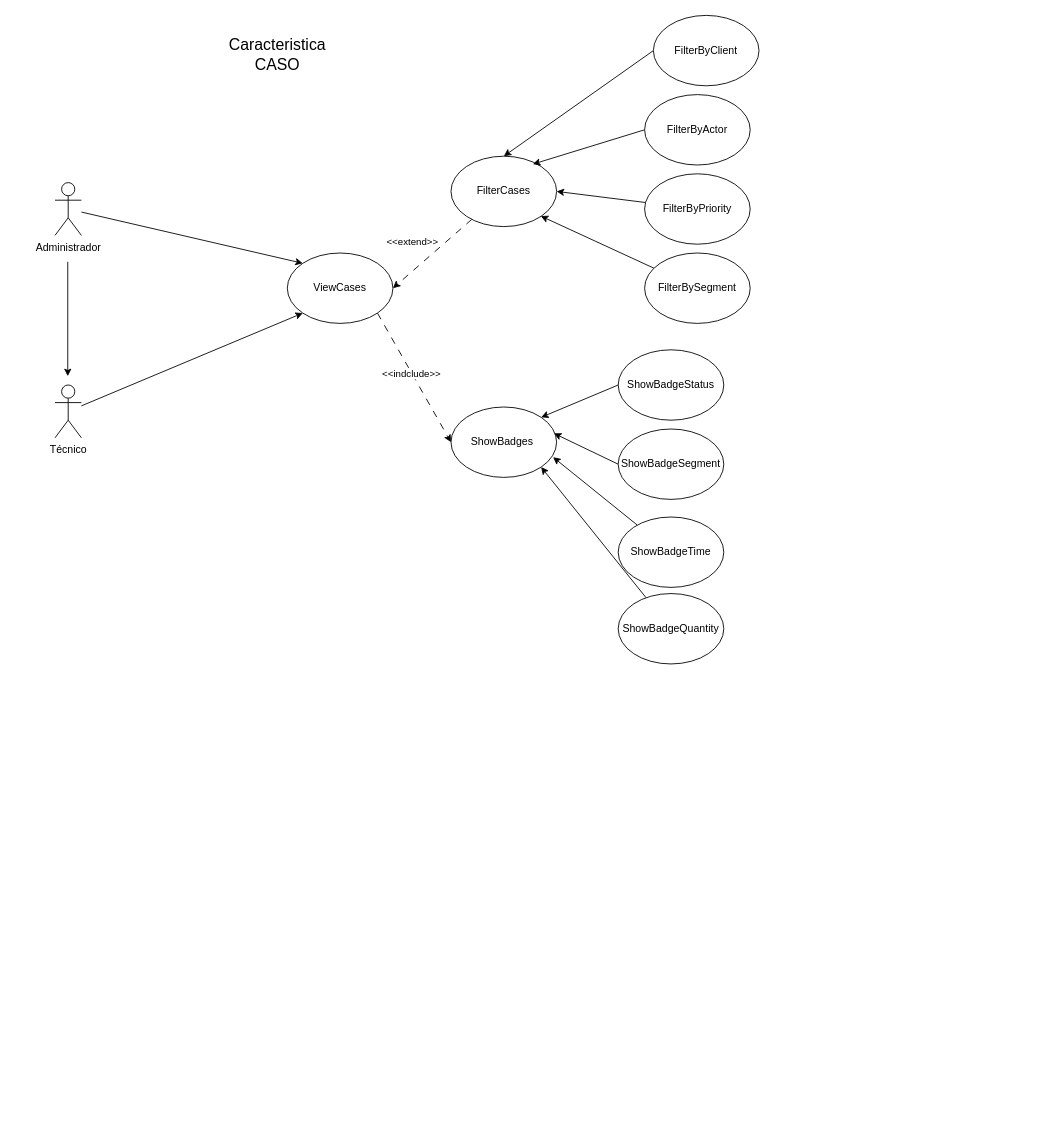
This is docs/casos-uso/caso/CU-CASO.drawio from grupotecun-citec-wbeto/portal-tectrack-vite, a draw.io file, before an edit. Source tidied: cells renumbered, new cells numbered last; positions are measured from the earlier drawing's top-left corner, leaving out a move shared by most shapes. Both pictures are drawn from the tidied source at 88%, with x=0, y=0 at pixel (55, 15).
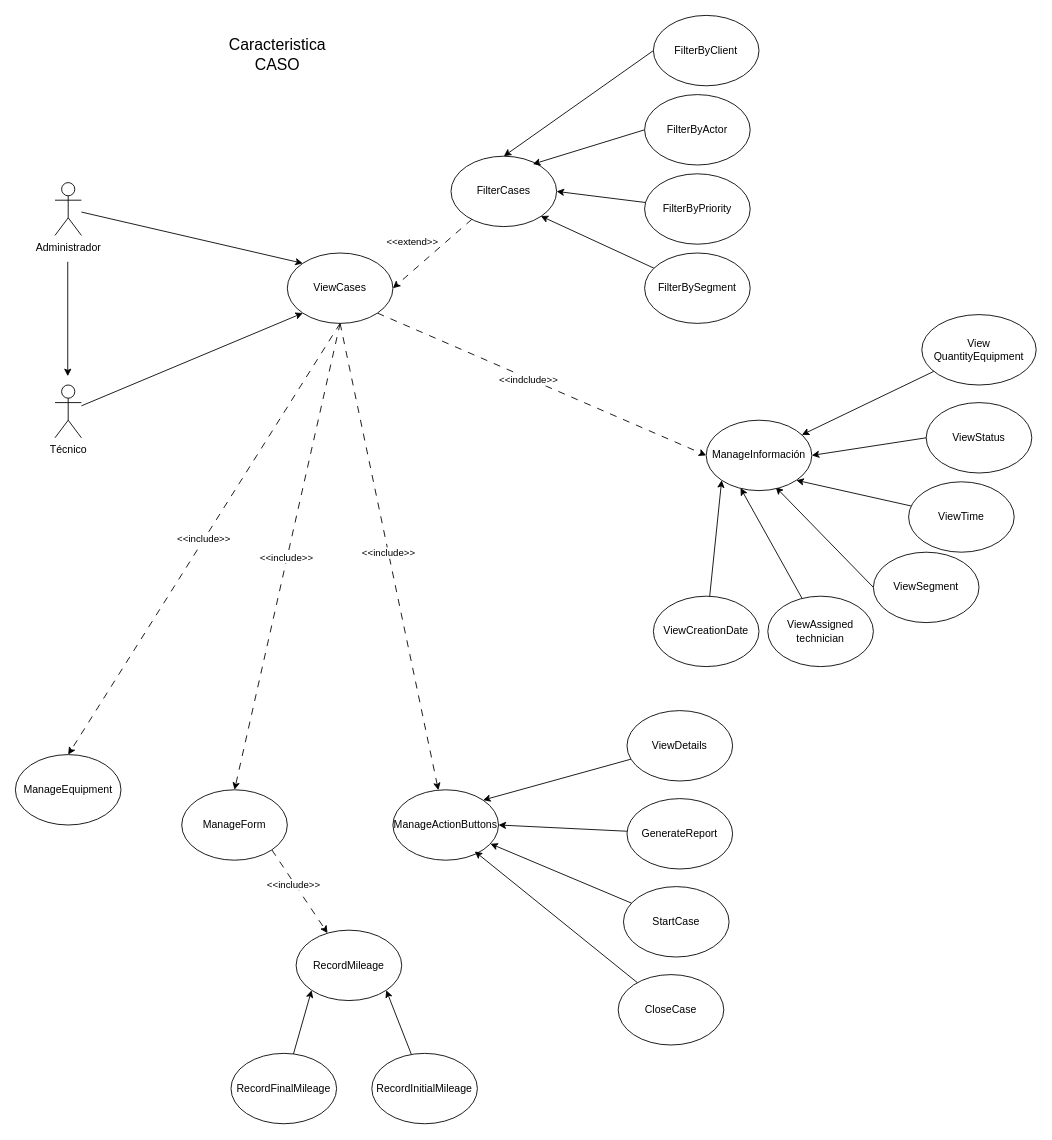
Above is the later version.

Unchanged cells that the change refers to:
```xml
<mxCell id="8" value="ViewCases" style="ellipse;whiteSpace=wrap;html=1;" parent="1" vertex="1">
  <mxGeometry x="264" y="270" width="120" height="80" as="geometry" />
</mxCell>
```

Diff of the diagram source:
```diff
@@
-    <mxCell id="6" style="rounded=0;jettySize=auto;html=1;exitX=1;exitY=1;exitDx=0;exitDy=0;entryX=0;entryY=0.5;entryDx=0;entryDy=0;dashed=1;dashPattern=8 8;" parent="1" edge="1" source="8" target="22">
+    <mxCell id="6" style="rounded=0;jettySize=auto;html=1;exitX=1;exitY=1;exitDx=0;exitDy=0;entryX=0;entryY=0.5;entryDx=0;entryDy=0;dashed=1;dashPattern=8 8;" parent="1" edge="1" source="8" target="55">
       <mxGeometry relative="1" as="geometry" />
     </mxCell>
@@
+    <mxCell id="31" style="rounded=0;jettySize=auto;html=1;exitX=0.5;exitY=1;exitDx=0;exitDy=0;dashed=1;dashPattern=8 8;" parent="1" edge="1" source="8" target="35">
+      <mxGeometry relative="1" as="geometry" />
+    </mxCell>
+    <mxCell id="32" value="&amp;lt;&amp;lt;include&amp;gt;&amp;gt;" style="edgeLabel;html=1;align=center;verticalAlign=middle;" parent="31" vertex="1">
+      <mxGeometry x="-0.02" relative="1" as="geometry" />
+    </mxCell>
+    <mxCell id="33" style="rounded=0;jettySize=auto;html=1;exitX=0.5;exitY=1;exitDx=0;exitDy=0;entryX=0.5;entryY=0;entryDx=0;entryDy=0;dashed=1;dashPattern=8 8;" parent="1" edge="1" source="8" target="46">
+      <mxGeometry relative="1" as="geometry" />
+    </mxCell>
+    <mxCell id="34" value="&amp;lt;&amp;lt;include&amp;gt;&amp;gt;" style="edgeLabel;html=1;align=center;verticalAlign=middle;" parent="33" vertex="1">
+      <mxGeometry y="-1" relative="1" as="geometry" />
+    </mxCell>
@@
-    <mxCell id="22" value="ShowBadges&amp;nbsp;" style="ellipse;whiteSpace=wrap;html=1;" parent="1" vertex="1">
-      <mxGeometry x="450" y="445" width="120" height="80" as="geometry" />
-    </mxCell>
-    <mxCell id="23" style="rounded=0;jettySize=auto;html=1;exitX=0;exitY=0.5;exitDx=0;exitDy=0;entryX=1;entryY=0;entryDx=0;entryDy=0;" parent="1" edge="1" source="24" target="22">
+    <mxCell id="23" style="rounded=0;jettySize=auto;html=1;exitX=0;exitY=0.5;exitDx=0;exitDy=0;entryX=1;entryY=0.5;entryDx=0;entryDy=0;" parent="1" edge="1" source="24" target="55">
       <mxGeometry relative="1" as="geometry" />
     </mxCell>
-    <mxCell id="24" value="ShowBadgeStatus" style="ellipse;whiteSpace=wrap;html=1;" parent="1" vertex="1">
-      <mxGeometry x="640" y="380" width="120" height="80" as="geometry" />
+    <mxCell id="24" value="ViewStatus" style="ellipse;whiteSpace=wrap;html=1;" parent="1" vertex="1">
+      <mxGeometry x="990" y="440" width="120" height="80" as="geometry" />
     </mxCell>
-    <mxCell id="25" style="rounded=0;jettySize=auto;html=1;exitX=0;exitY=0.5;exitDx=0;exitDy=0;entryX=0.975;entryY=0.375;entryDx=0;entryDy=0;entryPerimeter=0;" parent="1" edge="1" source="26" target="22">
+    <mxCell id="25" style="rounded=0;jettySize=auto;html=1;exitX=0;exitY=0.5;exitDx=0;exitDy=0;entryX=0.658;entryY=0.95;entryDx=0;entryDy=0;entryPerimeter=0;" parent="1" edge="1" source="26" target="55">
       <mxGeometry relative="1" as="geometry" />
     </mxCell>
-    <mxCell id="26" value="ShowBadgeSegment" style="ellipse;whiteSpace=wrap;html=1;" parent="1" vertex="1">
-      <mxGeometry x="640" y="470" width="120" height="80" as="geometry" />
+    <mxCell id="26" value="ViewSegment" style="ellipse;whiteSpace=wrap;html=1;" parent="1" vertex="1">
+      <mxGeometry x="930" y="610" width="120" height="80" as="geometry" />
     </mxCell>
-    <mxCell id="27" style="rounded=0;jettySize=auto;html=1;entryX=0.967;entryY=0.713;entryDx=0;entryDy=0;entryPerimeter=0;" parent="1" edge="1" source="28" target="22">
+    <mxCell id="27" style="rounded=0;jettySize=auto;html=1;entryX=1;entryY=1;entryDx=0;entryDy=0;" parent="1" edge="1" source="28" target="55">
       <mxGeometry relative="1" as="geometry" />
     </mxCell>
-    <mxCell id="28" value="ShowBadgeTime" style="ellipse;whiteSpace=wrap;html=1;" parent="1" vertex="1">
-      <mxGeometry x="640" y="570" width="120" height="80" as="geometry" />
+    <mxCell id="28" value="ViewTime" style="ellipse;whiteSpace=wrap;html=1;" parent="1" vertex="1">
+      <mxGeometry x="970" y="530" width="120" height="80" as="geometry" />
     </mxCell>
-    <mxCell id="29" style="rounded=0;jettySize=auto;html=1;entryX=1;entryY=1;entryDx=0;entryDy=0;" parent="1" edge="1" source="30" target="22">
+    <mxCell id="29" style="rounded=0;jettySize=auto;html=1;" parent="1" edge="1" source="30" target="55">
       <mxGeometry relative="1" as="geometry" />
     </mxCell>
-    <mxCell id="30" value="ShowBadgeQuantity" style="ellipse;whiteSpace=wrap;html=1;" parent="1" vertex="1">
-      <mxGeometry x="640" y="657" width="120" height="80" as="geometry" />
+    <mxCell id="30" value="View&lt;div&gt;QuantityEquipment&lt;/div&gt;" style="ellipse;whiteSpace=wrap;html=1;" parent="1" vertex="1">
+      <mxGeometry x="985" y="340" width="130" height="80" as="geometry" />
     </mxCell>
+    <mxCell id="35" value="ManageActionButtons" style="ellipse;whiteSpace=wrap;html=1;" parent="1" vertex="1">
+      <mxGeometry x="384" y="880" width="120" height="80" as="geometry" />
+    </mxCell>
+    <mxCell id="36" style="rounded=0;jettySize=auto;html=1;entryX=1;entryY=0;entryDx=0;entryDy=0;" parent="1" edge="1" source="37" target="35">
+      <mxGeometry relative="1" as="geometry" />
+    </mxCell>
+    <mxCell id="37" value="ViewDetails" style="ellipse;whiteSpace=wrap;html=1;" parent="1" vertex="1">
+      <mxGeometry x="650" y="790" width="120" height="80" as="geometry" />
+    </mxCell>
+    <mxCell id="38" style="rounded=0;jettySize=auto;html=1;entryX=1;entryY=0.5;entryDx=0;entryDy=0;" parent="1" edge="1" source="39" target="35">
+      <mxGeometry relative="1" as="geometry" />
+    </mxCell>
+    <mxCell id="39" value="GenerateReport" style="ellipse;whiteSpace=wrap;html=1;" parent="1" vertex="1">
+      <mxGeometry x="650" y="890" width="120" height="80" as="geometry" />
+    </mxCell>
+    <mxCell id="40" style="rounded=0;jettySize=auto;html=1;" parent="1" edge="1" source="41" target="35">
+      <mxGeometry relative="1" as="geometry" />
+    </mxCell>
+    <mxCell id="41" value="StartCase" style="ellipse;whiteSpace=wrap;html=1;" parent="1" vertex="1">
+      <mxGeometry x="646" y="990" width="120" height="80" as="geometry" />
+    </mxCell>
+    <mxCell id="42" style="rounded=0;jettySize=auto;html=1;entryX=0.775;entryY=0.875;entryDx=0;entryDy=0;entryPerimeter=0;" parent="1" edge="1" source="43" target="35">
+      <mxGeometry relative="1" as="geometry" />
+    </mxCell>
+    <mxCell id="43" value="CloseCase" style="ellipse;whiteSpace=wrap;html=1;" parent="1" vertex="1">
+      <mxGeometry x="640" y="1090" width="120" height="80" as="geometry" />
+    </mxCell>
+    <mxCell id="44" style="rounded=0;jettySize=auto;html=1;exitX=1;exitY=1;exitDx=0;exitDy=0;dashed=1;dashPattern=8 8;" parent="1" edge="1" source="46" target="47">
+      <mxGeometry relative="1" as="geometry" />
+    </mxCell>
+    <mxCell id="45" value="&amp;lt;&amp;lt;include&amp;gt;&amp;gt;" style="edgeLabel;html=1;align=center;verticalAlign=middle;" parent="44" vertex="1">
+      <mxGeometry x="-0.2" y="-2" relative="1" as="geometry" />
+    </mxCell>
+    <mxCell id="46" value="ManageForm" style="ellipse;whiteSpace=wrap;html=1;" parent="1" vertex="1">
+      <mxGeometry x="144" y="880" width="120" height="80" as="geometry" />
+    </mxCell>
+    <mxCell id="47" value="RecordMileage" style="ellipse;whiteSpace=wrap;html=1;" parent="1" vertex="1">
+      <mxGeometry x="274" y="1039.5" width="120" height="80" as="geometry" />
+    </mxCell>
+    <mxCell id="48" style="rounded=0;jettySize=auto;html=1;entryX=1;entryY=1;entryDx=0;entryDy=0;" parent="1" edge="1" source="49" target="47">
+      <mxGeometry relative="1" as="geometry" />
+    </mxCell>
+    <mxCell id="49" value="RecordInitialMileage" style="ellipse;whiteSpace=wrap;html=1;" parent="1" vertex="1">
+      <mxGeometry x="360" y="1179.5" width="120" height="80" as="geometry" />
+    </mxCell>
+    <mxCell id="50" style="rounded=0;jettySize=auto;html=1;entryX=0;entryY=1;entryDx=0;entryDy=0;" parent="1" edge="1" source="51" target="47">
+      <mxGeometry relative="1" as="geometry" />
+    </mxCell>
+    <mxCell id="51" value="RecordFinalMileage" style="ellipse;whiteSpace=wrap;html=1;" parent="1" vertex="1">
+      <mxGeometry x="200" y="1179.5" width="120" height="80" as="geometry" />
+    </mxCell>
+    <mxCell id="52" value="ManageEquipment" style="ellipse;whiteSpace=wrap;html=1;" parent="1" vertex="1">
+      <mxGeometry x="-45" y="840" width="120" height="80" as="geometry" />
+    </mxCell>
+    <mxCell id="53" style="rounded=0;jettySize=auto;html=1;exitX=0.5;exitY=1;exitDx=0;exitDy=0;entryX=0.5;entryY=0;entryDx=0;entryDy=0;dashed=1;dashPattern=8 8;" parent="1" edge="1" source="8" target="52">
+      <mxGeometry relative="1" as="geometry" />
+    </mxCell>
+    <mxCell id="54" value="&amp;lt;&amp;lt;include&amp;gt;&amp;gt;" style="edgeLabel;html=1;align=center;verticalAlign=middle;" parent="53" vertex="1">
+      <mxGeometry y="-1" relative="1" as="geometry" />
+    </mxCell>
+    <mxCell id="55" value="ManageInformación" style="ellipse;whiteSpace=wrap;html=1;" parent="1" vertex="1">
+      <mxGeometry x="740" y="460" width="120" height="80" as="geometry" />
+    </mxCell>
+    <mxCell id="56" style="rounded=0;jettySize=auto;html=1;entryX=0.325;entryY=0.963;entryDx=0;entryDy=0;entryPerimeter=0;" parent="1" edge="1" source="57" target="55">
+      <mxGeometry relative="1" as="geometry" />
+    </mxCell>
+    <mxCell id="57" value="ViewAssigned technician" style="ellipse;whiteSpace=wrap;html=1;" parent="1" vertex="1">
+      <mxGeometry x="810" y="660" width="120" height="80" as="geometry" />
+    </mxCell>
+    <mxCell id="58" style="rounded=0;jettySize=auto;html=1;entryX=0;entryY=1;entryDx=0;entryDy=0;" parent="1" edge="1" source="59" target="55">
+      <mxGeometry relative="1" as="geometry" />
+    </mxCell>
+    <mxCell id="59" value="ViewC&lt;span style=&quot;text-align: left;&quot;&gt;reationDate&lt;/span&gt;" style="ellipse;whiteSpace=wrap;html=1;" parent="1" vertex="1">
+      <mxGeometry x="680" y="660" width="120" height="80" as="geometry" />
+    </mxCell>
```
